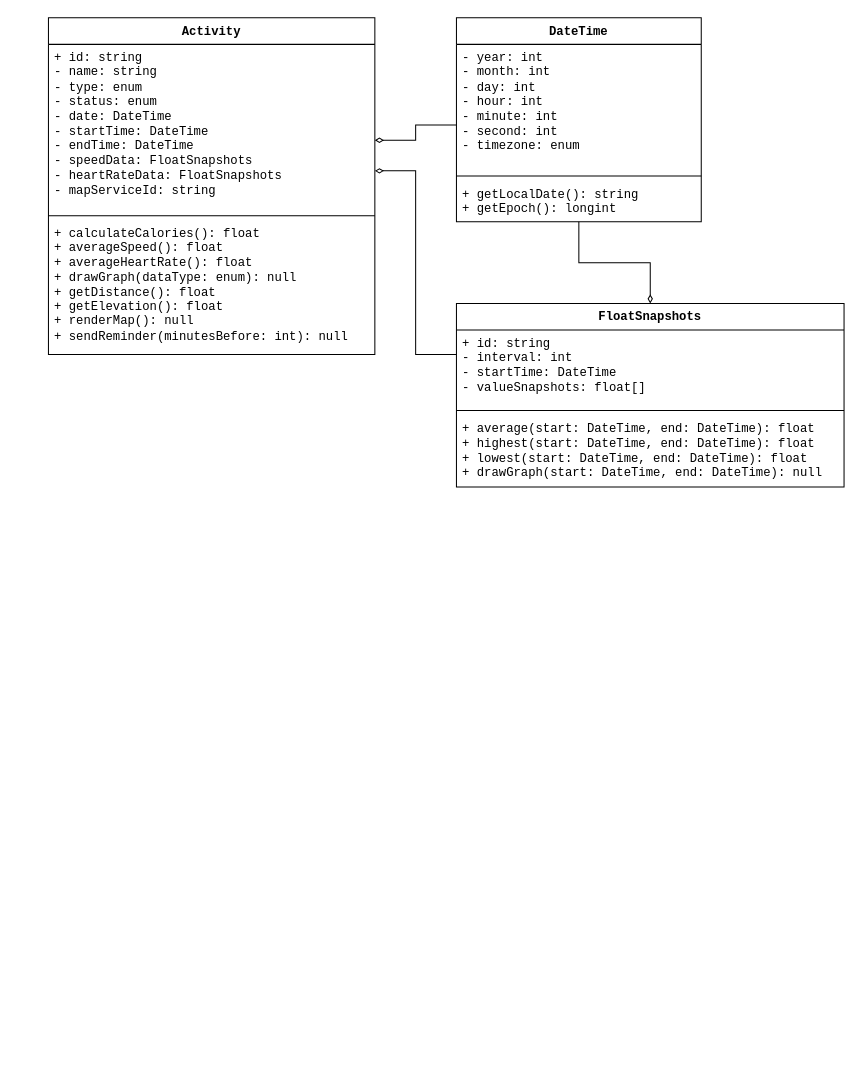
Above: page "Page-1" (2 of 3) of CS207/L/final/207.final.drawio in itsdmd/University (draw.io), before the change. Source tidied: cells renumbered, new cells numbered last; positions are measured from the earlier drawing's top-left corner, leaving out a move shared by most shapes. Both pictures are drawn from the tidied source at 102%, with x=0, y=0 at pixel (48, 17).
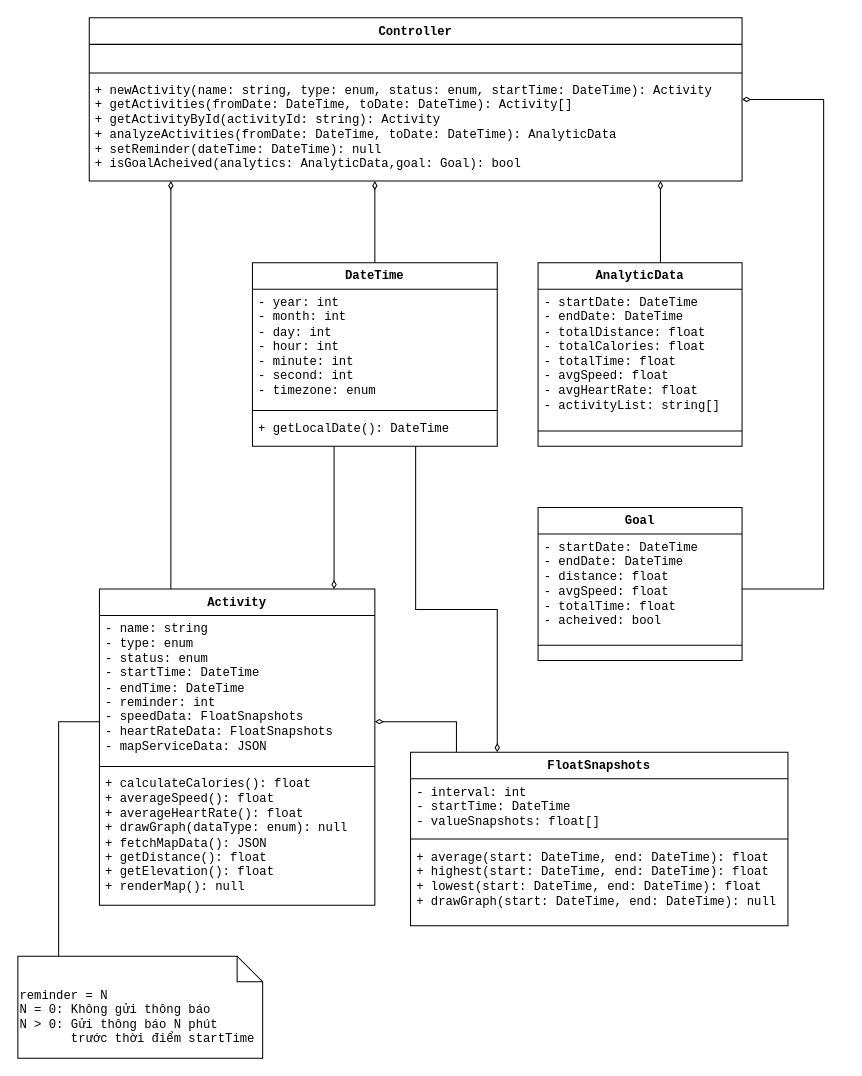
The same page after the edit.

The edit, as a diff of the source:
```diff
@@
-    <mxCell id="2" style="edgeStyle=orthogonalEdgeStyle;shape=connector;rounded=0;jettySize=auto;html=1;labelBackgroundColor=default;strokeColor=default;align=center;verticalAlign=middle;fontFamily=Helvetica;fontSize=11;fontColor=default;startArrow=diamondThin;startFill=0;endArrow=none;endFill=0;" parent="1" edge="1" source="4" target="13">
+    <mxCell id="2" style="edgeStyle=orthogonalEdgeStyle;shape=connector;rounded=0;jettySize=auto;html=1;labelBackgroundColor=default;strokeColor=default;align=center;verticalAlign=middle;fontFamily=Courier New;fontSize=11;fontColor=default;startArrow=diamondThin;startFill=0;endArrow=none;endFill=0;" parent="1" edge="1" source="4" target="13">
       <mxGeometry relative="1" as="geometry">
         <Array as="points">
-          <mxPoint x="360" y="120" />
-          <mxPoint x="360" y="105" />
+          <mxPoint x="280" y="500" />
+          <mxPoint x="280" y="500" />
         </Array>
       </mxGeometry>
     </mxCell>
-    <mxCell id="3" style="edgeStyle=orthogonalEdgeStyle;shape=connector;rounded=0;jettySize=auto;html=1;labelBackgroundColor=default;strokeColor=default;align=center;verticalAlign=middle;fontFamily=Helvetica;fontSize=11;fontColor=default;startArrow=diamondThin;startFill=0;endArrow=none;endFill=0;" parent="1" edge="1" source="4" target="9">
+    <mxCell id="3" style="edgeStyle=orthogonalEdgeStyle;shape=connector;rounded=0;jettySize=auto;html=1;labelBackgroundColor=default;strokeColor=default;align=center;verticalAlign=middle;fontFamily=Courier New;fontSize=11;fontColor=default;startArrow=diamondThin;startFill=0;endArrow=none;endFill=0;" parent="1" edge="1" source="4" target="9">
       <mxGeometry relative="1" as="geometry">
         <Array as="points">
-          <mxPoint x="360" y="150" />
-          <mxPoint x="360" y="330" />
+          <mxPoint x="400" y="690" />
         </Array>
       </mxGeometry>
     </mxCell>
     <mxCell id="4" value="Activity" style="swimlane;fontStyle=1;align=center;verticalAlign=top;horizontal=1;startSize=26;whiteSpace=wrap;html=1;fontFamily=Courier New;" parent="1" vertex="1">
-      <mxGeometry width="320" height="330" as="geometry" />
+      <mxGeometry x="50" y="560" width="270" height="310" as="geometry" />
     </mxCell>
-    <mxCell id="5" value="+ id: string&lt;br&gt;- name: string&lt;br&gt;- type: enum&lt;br&gt;- status: enum&lt;br&gt;- date: DateTime&lt;br&gt;- startTime: DateTime&lt;br&gt;- endTime: DateTime&lt;br&gt;- speedData:&amp;nbsp;FloatSnapshots&lt;br&gt;- heartRateData:&amp;nbsp;FloatSnapshots&lt;br&gt;- mapServiceId: string" style="text;strokeColor=none;fillColor=none;align=left;verticalAlign=top;spacingLeft=4;spacingRight=4;overflow=hidden;whiteSpace=wrap;html=1;fontFamily=Courier New;" parent="4" vertex="1">
-      <mxGeometry y="26" width="320" height="164" as="geometry" />
+    <mxCell id="5" value="- name: string&lt;br&gt;- type: enum&lt;br&gt;- status: enum&lt;br&gt;- startTime: DateTime&lt;br&gt;- endTime: DateTime&lt;br&gt;- reminder: int&lt;br&gt;- speedData:&amp;nbsp;FloatSnapshots&lt;br&gt;- heartRateData:&amp;nbsp;FloatSnapshots&lt;br&gt;- mapServiceData: JSON" style="text;strokeColor=none;fillColor=none;align=left;verticalAlign=top;spacingLeft=4;spacingRight=4;overflow=hidden;whiteSpace=wrap;html=1;fontFamily=Courier New;" parent="4" vertex="1">
+      <mxGeometry y="26" width="270" height="144" as="geometry" />
     </mxCell>
     <mxCell id="6" style="line;strokeWidth=1;fillColor=none;align=left;verticalAlign=middle;spacingTop=-1;spacingLeft=3;spacingRight=3;labelPosition=right;strokeColor=inherit;fontFamily=Courier New;" parent="4" vertex="1">
-      <mxGeometry y="190" width="320" height="8" as="geometry" />
+      <mxGeometry y="170" width="270" height="8" as="geometry" />
     </mxCell>
-    <mxCell id="7" value="+ calculateCalories(): float&lt;br&gt;+ averageSpeed(): float&lt;br&gt;+ averageHeartRate(): float&lt;br&gt;+ drawGraph(dataType: enum): null&lt;br&gt;+ getDistance(): float&lt;br&gt;+ getElevation(): float&lt;br&gt;+ renderMap(): null&lt;br&gt;+ sendReminder(minutesBefore: int): null" style="text;strokeColor=none;fillColor=none;align=left;verticalAlign=top;spacingLeft=4;spacingRight=4;overflow=hidden;whiteSpace=wrap;html=1;fontFamily=Courier New;" parent="4" vertex="1">
-      <mxGeometry y="198" width="320" height="132" as="geometry" />
+    <mxCell id="7" value="+ calculateCalories(): float&lt;br&gt;+ averageSpeed(): float&lt;br&gt;+ averageHeartRate(): float&lt;br&gt;+ drawGraph(dataType: enum): null&lt;br style=&quot;border-color: var(--border-color);&quot;&gt;+ fetchMapData(): JSON&lt;br&gt;+ getDistance(): float&lt;br&gt;+ getElevation(): float&lt;br&gt;+ renderMap(): null" style="text;strokeColor=none;fillColor=none;align=left;verticalAlign=top;spacingLeft=4;spacingRight=4;overflow=hidden;whiteSpace=wrap;html=1;fontFamily=Courier New;" parent="4" vertex="1">
+      <mxGeometry y="178" width="270" height="132" as="geometry" />
     </mxCell>
-    <mxCell id="8" style="edgeStyle=orthogonalEdgeStyle;shape=connector;rounded=0;jettySize=auto;html=1;labelBackgroundColor=default;strokeColor=default;align=center;verticalAlign=middle;fontFamily=Helvetica;fontSize=11;fontColor=default;startArrow=diamondThin;startFill=0;endArrow=none;endFill=0;" parent="1" edge="1" source="9" target="13">
-      <mxGeometry relative="1" as="geometry" />
+    <mxCell id="8" style="edgeStyle=orthogonalEdgeStyle;shape=connector;rounded=0;jettySize=auto;html=1;labelBackgroundColor=default;strokeColor=default;align=center;verticalAlign=middle;fontFamily=Courier New;fontSize=11;fontColor=default;startArrow=diamondThin;startFill=0;endArrow=none;endFill=0;" parent="1" edge="1" source="9" target="13">
+      <mxGeometry relative="1" as="geometry">
+        <Array as="points">
+          <mxPoint x="440" y="580" />
+          <mxPoint x="360" y="580" />
+        </Array>
+      </mxGeometry>
     </mxCell>
     <mxCell id="9" value="FloatSnapshots" style="swimlane;fontStyle=1;align=center;verticalAlign=top;horizontal=1;startSize=26;whiteSpace=wrap;html=1;fontFamily=Courier New;" parent="1" vertex="1">
-      <mxGeometry x="400" y="280" width="380" height="180" as="geometry" />
+      <mxGeometry x="355" y="720" width="370" height="170" as="geometry" />
     </mxCell>
-    <mxCell id="10" value="+ id: string&lt;br&gt;- interval: int&lt;br&gt;- startTime: DateTime&lt;br&gt;- valueSnapshots: float[]" style="text;strokeColor=none;fillColor=none;align=left;verticalAlign=top;spacingLeft=4;spacingRight=4;overflow=hidden;whiteSpace=wrap;html=1;fontFamily=Courier New;" parent="9" vertex="1">
-      <mxGeometry y="26" width="380" height="74" as="geometry" />
+    <mxCell id="10" value="- interval: int&lt;br&gt;- startTime: DateTime&lt;br&gt;- valueSnapshots: float[]" style="text;strokeColor=none;fillColor=none;align=left;verticalAlign=top;spacingLeft=4;spacingRight=4;overflow=hidden;whiteSpace=wrap;html=1;fontFamily=Courier New;" parent="9" vertex="1">
+      <mxGeometry y="26" width="370" height="54" as="geometry" />
     </mxCell>
     <mxCell id="11" style="line;strokeWidth=1;fillColor=none;align=left;verticalAlign=middle;spacingTop=-1;spacingLeft=3;spacingRight=3;labelPosition=right;strokeColor=inherit;fontFamily=Courier New;" parent="9" vertex="1">
-      <mxGeometry y="100" width="380" height="10" as="geometry" />
+      <mxGeometry y="80" width="370" height="10" as="geometry" />
     </mxCell>
     <mxCell id="12" value="+&amp;nbsp;average(start: DateTime, end: DateTime): float&lt;br&gt;+&amp;nbsp;highest(start: DateTime, end: DateTime): float&lt;br&gt;+&amp;nbsp;lowest(start: DateTime, end: DateTime): float&lt;br&gt;+&amp;nbsp;drawGraph(start: DateTime, end: DateTime): null" style="text;strokeColor=none;fillColor=none;align=left;verticalAlign=top;spacingLeft=4;spacingRight=4;overflow=hidden;whiteSpace=wrap;html=1;fontFamily=Courier New;" parent="9" vertex="1">
-      <mxGeometry y="110" width="380" height="70" as="geometry" />
+      <mxGeometry y="90" width="370" height="80" as="geometry" />
     </mxCell>
     <mxCell id="13" value="DateTime" style="swimlane;fontStyle=1;align=center;verticalAlign=top;horizontal=1;startSize=26;whiteSpace=wrap;html=1;fontFamily=Courier New;" parent="1" vertex="1">
-      <mxGeometry x="400" width="240" height="200" as="geometry" />
+      <mxGeometry x="200" y="240" width="240" height="180" as="geometry" />
     </mxCell>
     <mxCell id="14" value="- year: int&lt;br&gt;-&amp;nbsp;month: int&lt;br&gt;-&amp;nbsp;day: int&lt;br&gt;-&amp;nbsp;hour: int&lt;br&gt;-&amp;nbsp;minute: int&lt;br&gt;-&amp;nbsp;second: int&lt;br&gt;-&amp;nbsp;timezone: enum" style="text;strokeColor=none;fillColor=none;align=left;verticalAlign=top;spacingLeft=4;spacingRight=4;overflow=hidden;whiteSpace=wrap;html=1;fontFamily=Courier New;" parent="13" vertex="1">
-      <mxGeometry y="26" width="240" height="124" as="geometry" />
+      <mxGeometry y="26" width="240" height="114" as="geometry" />
     </mxCell>
     <mxCell id="15" style="line;strokeWidth=1;fillColor=none;align=left;verticalAlign=middle;spacingTop=-1;spacingLeft=3;spacingRight=3;labelPosition=right;strokeColor=inherit;fontFamily=Courier New;" parent="13" vertex="1">
-      <mxGeometry y="150" width="240" height="10" as="geometry" />
+      <mxGeometry y="140" width="240" height="10" as="geometry" />
     </mxCell>
-    <mxCell id="16" value="+ getLocalDate(): string&lt;br&gt;+ getEpoch(): longint" style="text;strokeColor=none;fillColor=none;align=left;verticalAlign=top;spacingLeft=4;spacingRight=4;overflow=hidden;whiteSpace=wrap;html=1;fontFamily=Courier New;" parent="13" vertex="1">
-      <mxGeometry y="160" width="240" height="40" as="geometry" />
+    <mxCell id="16" value="+ getLocalDate(): DateTime" style="text;strokeColor=none;fillColor=none;align=left;verticalAlign=top;spacingLeft=4;spacingRight=4;overflow=hidden;whiteSpace=wrap;html=1;fontFamily=Courier New;" parent="13" vertex="1">
+      <mxGeometry y="150" width="240" height="30" as="geometry" />
     </mxCell>
+    <mxCell id="17" style="edgeStyle=orthogonalEdgeStyle;rounded=0;jettySize=auto;html=1;endArrow=none;endFill=0;startArrow=diamondThin;startFill=0;fontFamily=Courier New;" parent="1" edge="1" source="21" target="27">
+      <mxGeometry relative="1" as="geometry">
+        <Array as="points">
+          <mxPoint x="600" y="210" />
+          <mxPoint x="600" y="210" />
+        </Array>
+      </mxGeometry>
+    </mxCell>
+    <mxCell id="18" style="edgeStyle=orthogonalEdgeStyle;shape=connector;rounded=0;jettySize=auto;html=1;labelBackgroundColor=default;strokeColor=default;align=center;verticalAlign=middle;fontFamily=Courier New;fontSize=11;fontColor=default;startArrow=diamondThin;startFill=0;endArrow=none;endFill=0;" parent="1" edge="1" source="21" target="4">
+      <mxGeometry relative="1" as="geometry">
+        <Array as="points">
+          <mxPoint x="120" y="350" />
+          <mxPoint x="120" y="350" />
+        </Array>
+      </mxGeometry>
+    </mxCell>
+    <mxCell id="19" style="edgeStyle=orthogonalEdgeStyle;shape=connector;rounded=0;jettySize=auto;html=1;labelBackgroundColor=default;strokeColor=default;align=center;verticalAlign=middle;fontFamily=Courier New;fontSize=11;fontColor=default;startArrow=diamondThin;startFill=0;endArrow=none;endFill=0;" parent="1" edge="1" source="21" target="13">
+      <mxGeometry relative="1" as="geometry">
+        <Array as="points">
+          <mxPoint x="320" y="210" />
+          <mxPoint x="320" y="210" />
+        </Array>
+      </mxGeometry>
+    </mxCell>
+    <mxCell id="20" style="edgeStyle=orthogonalEdgeStyle;shape=connector;rounded=0;jettySize=auto;html=1;labelBackgroundColor=default;strokeColor=default;align=center;verticalAlign=middle;fontFamily=Helvetica;fontSize=11;fontColor=default;startArrow=diamondThin;startFill=0;endArrow=none;endFill=0;" parent="1" edge="1" source="21" target="31">
+      <mxGeometry relative="1" as="geometry">
+        <Array as="points">
+          <mxPoint x="760" y="80" />
+          <mxPoint x="760" y="560" />
+        </Array>
+      </mxGeometry>
+    </mxCell>
+    <mxCell id="21" value="Controller" style="swimlane;fontStyle=1;align=center;verticalAlign=top;horizontal=1;startSize=26;whiteSpace=wrap;html=1;fontFamily=Courier New;" parent="1" vertex="1">
+      <mxGeometry x="40" width="640" height="160" as="geometry" />
+    </mxCell>
+    <mxCell id="22" value="&amp;nbsp;" style="text;strokeColor=none;fillColor=none;align=left;verticalAlign=top;spacingLeft=4;spacingRight=4;overflow=hidden;whiteSpace=wrap;html=1;fontFamily=Courier New;" parent="21" vertex="1">
+      <mxGeometry y="26" width="640" height="24" as="geometry" />
+    </mxCell>
+    <mxCell id="23" style="line;strokeWidth=1;fillColor=none;align=left;verticalAlign=middle;spacingTop=-1;spacingLeft=3;spacingRight=3;labelPosition=right;strokeColor=inherit;fontFamily=Courier New;" parent="21" vertex="1">
+      <mxGeometry y="50" width="640" height="8" as="geometry" />
+    </mxCell>
+    <mxCell id="24" value="+ newActivity(name: string, type: enum, status: enum, startTime: DateTime): Activity&lt;br&gt;+ getActivities(fromDate: DateTime, toDate: DateTime): Activity[]&lt;br&gt;+ getActivityById(activityId: string): Activity&lt;br&gt;+ analyzeActivities(fromDate: DateTime, toDate: DateTime): AnalyticData&lt;br&gt;+ setReminder(dateTime: DateTime): null&lt;br&gt;+ isGoalAcheived(analytics: AnalyticData,goal: Goal): bool" style="text;strokeColor=none;fillColor=none;align=left;verticalAlign=top;spacingLeft=4;spacingRight=4;overflow=hidden;whiteSpace=wrap;html=1;fontFamily=Courier New;" parent="21" vertex="1">
+      <mxGeometry y="58" width="640" height="102" as="geometry" />
+    </mxCell>
+    <mxCell id="25" style="edgeStyle=orthogonalEdgeStyle;rounded=0;jettySize=auto;html=1;endArrow=none;endFill=0;fontFamily=Courier New;" parent="1" edge="1" source="26" target="4">
+      <mxGeometry relative="1" as="geometry">
+        <Array as="points">
+          <mxPoint x="10" y="690" />
+        </Array>
+      </mxGeometry>
+    </mxCell>
+    <mxCell id="26" value="reminder = N&lt;br&gt;N = 0: Không gửi thông báo&lt;br&gt;N &amp;gt; 0: Gửi thông báo N phút&lt;br&gt;&amp;nbsp; &amp;nbsp; &amp;nbsp; &amp;nbsp;trước thời điểm startTime" style="shape=note2;boundedLbl=1;whiteSpace=wrap;html=1;size=25;verticalAlign=top;align=left;fontFamily=Courier New;" parent="1" vertex="1">
+      <mxGeometry x="-30" y="920" width="240" height="100" as="geometry" />
+    </mxCell>
+    <mxCell id="27" value="AnalyticData" style="swimlane;fontStyle=1;align=center;verticalAlign=top;horizontal=1;startSize=26;whiteSpace=wrap;html=1;fontFamily=Courier New;" parent="1" vertex="1">
+      <mxGeometry x="480" y="240" width="200" height="180" as="geometry" />
+    </mxCell>
+    <mxCell id="28" value="- startDate: DateTime&lt;br&gt;- endDate: DateTime&lt;br&gt;- totalDistance: float&lt;br&gt;-&amp;nbsp;totalCalories: float&lt;br style=&quot;border-color: var(--border-color);&quot;&gt;-&amp;nbsp;totalTime: float&lt;br&gt;- avgSpeed: float&lt;br&gt;- avgHeartRate: float&lt;br&gt;- activityList: string[]" style="text;strokeColor=none;fillColor=none;align=left;verticalAlign=top;spacingLeft=4;spacingRight=4;overflow=hidden;whiteSpace=wrap;html=1;fontFamily=Courier New;" parent="27" vertex="1">
+      <mxGeometry y="26" width="200" height="134" as="geometry" />
+    </mxCell>
+    <mxCell id="29" style="line;strokeWidth=1;fillColor=none;align=left;verticalAlign=middle;spacingTop=-1;spacingLeft=3;spacingRight=3;labelPosition=right;strokeColor=inherit;fontFamily=Courier New;" parent="27" vertex="1">
+      <mxGeometry y="160" width="200" height="10" as="geometry" />
+    </mxCell>
+    <mxCell id="30" value="&amp;nbsp;" style="text;strokeColor=none;fillColor=none;align=left;verticalAlign=top;spacingLeft=4;spacingRight=4;overflow=hidden;whiteSpace=wrap;html=1;fontFamily=Courier New;" parent="27" vertex="1">
+      <mxGeometry y="170" width="200" height="10" as="geometry" />
+    </mxCell>
+    <mxCell id="31" value="Goal" style="swimlane;fontStyle=1;align=center;verticalAlign=top;horizontal=1;startSize=26;whiteSpace=wrap;html=1;fontFamily=Courier New;" parent="1" vertex="1">
+      <mxGeometry x="480" y="480" width="200" height="150" as="geometry" />
+    </mxCell>
+    <mxCell id="32" value="- startDate: DateTime&lt;br&gt;- endDate: DateTime&lt;br&gt;- distance: float&lt;br&gt;-&amp;nbsp;avgSpeed: float&lt;br style=&quot;border-color: var(--border-color);&quot;&gt;-&amp;nbsp;totalTime: float&lt;br&gt;- acheived: bool" style="text;strokeColor=none;fillColor=none;align=left;verticalAlign=top;spacingLeft=4;spacingRight=4;overflow=hidden;whiteSpace=wrap;html=1;fontFamily=Courier New;" parent="31" vertex="1">
+      <mxGeometry y="26" width="200" height="104" as="geometry" />
+    </mxCell>
+    <mxCell id="33" style="line;strokeWidth=1;fillColor=none;align=left;verticalAlign=middle;spacingTop=-1;spacingLeft=3;spacingRight=3;labelPosition=right;strokeColor=inherit;fontFamily=Courier New;" parent="31" vertex="1">
+      <mxGeometry y="130" width="200" height="10" as="geometry" />
+    </mxCell>
+    <mxCell id="34" value="&amp;nbsp;" style="text;strokeColor=none;fillColor=none;align=left;verticalAlign=top;spacingLeft=4;spacingRight=4;overflow=hidden;whiteSpace=wrap;html=1;fontFamily=Courier New;" parent="31" vertex="1">
+      <mxGeometry y="140" width="200" height="10" as="geometry" />
+    </mxCell>
```
